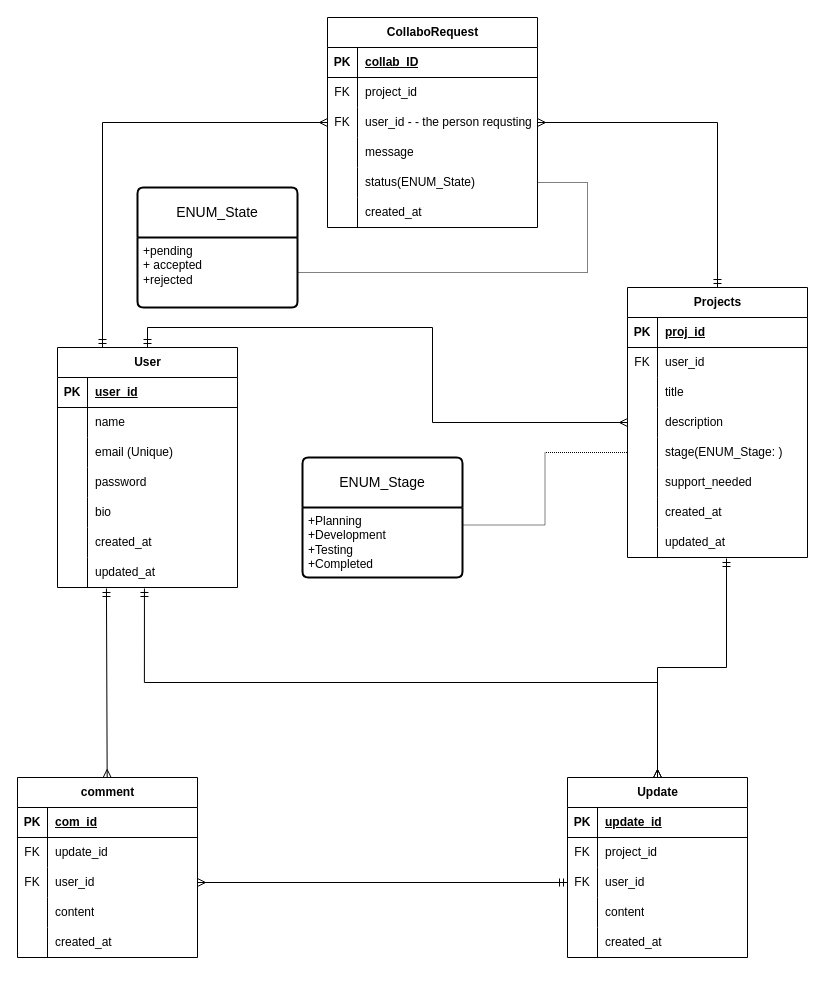
Before: Docs/Untitled Diagram.drawio in Precious0825M/MzansiBuilds-Platform, a draw.io diagram. Source tidied: cells renumbered, new cells numbered last; positions are measured from the earlier drawing's top-left corner, leaving out a move shared by most shapes. Both pictures are drawn from the tidied source at 100%, with x=0, y=0 at pixel (17, 17).
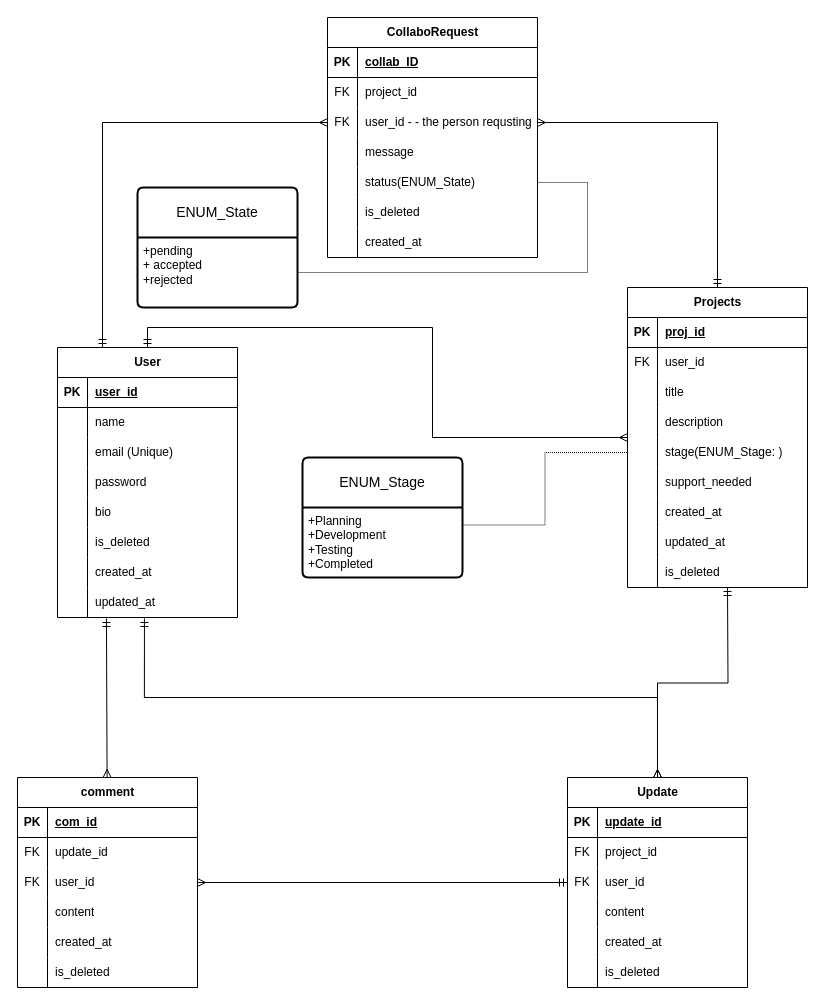
After the change.

Unchanged cells that the change refers to:
```xml
<mxCell id="47" style="shape=tableRow;horizontal=0;startSize=0;swimlaneHead=0;swimlaneBody=0;fillColor=none;points=[[0,0.5],[1,0.5]];portConstraint=eastwest;top=0;left=0;right=0;bottom=0;" parent="25" vertex="1">
  <mxGeometry y="240" width="180" height="30" as="geometry" />
</mxCell>
<mxCell id="84" style="shape=tableRow;horizontal=0;startSize=0;swimlaneHead=0;swimlaneBody=0;fillColor=none;top=0;left=0;right=0;bottom=0;" parent="68" vertex="1">
  <mxGeometry y="180" width="210" height="30" as="geometry" />
</mxCell>
```

What changed in the source:
```diff
@@
     <mxCell id="2" value="User" style="shape=table;startSize=30;childLayout=tableLayout;rowLines=0;fontStyle=1;align=center;html=1;" parent="1" vertex="1">
-      <mxGeometry x="40" y="330" width="180" height="240" as="geometry" />
+      <mxGeometry x="40" y="330" width="180" height="270" as="geometry" />
     </mxCell>
@@
+    <mxCell id="113" style="shape=tableRow;horizontal=0;startSize=0;swimlaneHead=0;swimlaneBody=0;fillColor=none;top=0;left=0;right=0;bottom=0;" parent="2" vertex="1">
+      <mxGeometry y="180" width="180" height="30" as="geometry" />
+    </mxCell>
+    <mxCell id="114" style="shape=partialRectangle;fillColor=none;top=0;left=0;bottom=0;right=0;overflow=hidden;whiteSpace=wrap;html=1;" parent="113" vertex="1">
+      <mxGeometry width="30" height="30" as="geometry" />
+    </mxCell>
+    <mxCell id="115" value="is_deleted" style="shape=partialRectangle;fillColor=none;top=0;left=0;bottom=0;right=0;align=left;spacingLeft=6;overflow=hidden;whiteSpace=wrap;html=1;" parent="113" vertex="1">
+      <mxGeometry x="30" width="150" height="30" as="geometry" />
+    </mxCell>
     <mxCell id="18" style="shape=tableRow;horizontal=0;startSize=0;swimlaneHead=0;swimlaneBody=0;fillColor=none;top=0;left=0;right=0;bottom=0;" parent="2" vertex="1">
-      <mxGeometry y="180" width="180" height="30" as="geometry" />
+      <mxGeometry y="210" width="180" height="30" as="geometry" />
     </mxCell>
@@
     <mxCell id="21" style="shape=tableRow;horizontal=0;startSize=0;swimlaneHead=0;swimlaneBody=0;fillColor=none;points=[[0,0.5],[1,0.5]];portConstraint=eastwest;top=0;left=0;right=0;bottom=0;" parent="2" vertex="1">
-      <mxGeometry y="210" width="180" height="30" as="geometry" />
+      <mxGeometry y="240" width="180" height="30" as="geometry" />
     </mxCell>
@@
     <mxCell id="25" value="Projects" style="shape=table;startSize=30;childLayout=tableLayout;rowLines=0;fontStyle=1;align=center;html=1;" parent="1" vertex="1">
-      <mxGeometry x="610" y="270" width="180" height="270" as="geometry" />
+      <mxGeometry x="610" y="270" width="180" height="300" as="geometry" />
     </mxCell>
@@
+    <mxCell id="116" style="shape=tableRow;horizontal=0;startSize=0;swimlaneHead=0;swimlaneBody=0;fillColor=none;top=0;left=0;right=0;bottom=0;" parent="25" vertex="1">
+      <mxGeometry y="270" width="180" height="30" as="geometry" />
+    </mxCell>
+    <mxCell id="117" style="shape=partialRectangle;fillColor=none;top=0;left=0;bottom=0;right=0;overflow=hidden;whiteSpace=wrap;html=1;" parent="116" vertex="1">
+      <mxGeometry width="30" height="30" as="geometry" />
+    </mxCell>
+    <mxCell id="118" value="is_deleted" style="shape=partialRectangle;fillColor=none;top=0;left=0;bottom=0;right=0;align=left;spacingLeft=6;overflow=hidden;whiteSpace=wrap;html=1;" parent="116" vertex="1">
+      <mxGeometry x="30" width="150" height="30" as="geometry" />
+    </mxCell>
@@
     <mxCell id="52" value="Update" style="shape=table;startSize=30;childLayout=tableLayout;rowLines=0;fontStyle=1;align=center;html=1;" parent="1" vertex="1">
-      <mxGeometry x="550" y="760" width="180" height="180" as="geometry" />
+      <mxGeometry x="550" y="760" width="180" height="210" as="geometry" />
     </mxCell>
@@
+    <mxCell id="119" style="shape=tableRow;horizontal=0;startSize=0;swimlaneHead=0;swimlaneBody=0;fillColor=none;top=0;left=0;right=0;bottom=0;" parent="52" vertex="1">
+      <mxGeometry y="180" width="180" height="30" as="geometry" />
+    </mxCell>
+    <mxCell id="120" style="shape=partialRectangle;fillColor=none;top=0;left=0;bottom=0;right=0;overflow=hidden;whiteSpace=wrap;html=1;" parent="119" vertex="1">
+      <mxGeometry width="30" height="30" as="geometry" />
+    </mxCell>
+    <mxCell id="121" value="is_deleted" style="shape=partialRectangle;fillColor=none;top=0;left=0;bottom=0;right=0;align=left;spacingLeft=6;overflow=hidden;whiteSpace=wrap;html=1;" parent="119" vertex="1">
+      <mxGeometry x="30" width="150" height="30" as="geometry" />
+    </mxCell>
     <mxCell id="68" value="CollaboRequest" style="shape=table;startSize=30;childLayout=tableLayout;rowLines=0;fontStyle=1;align=center;html=1;" parent="1" vertex="1">
-      <mxGeometry x="310" width="210" height="210" as="geometry" />
+      <mxGeometry x="310" width="210" height="240" as="geometry" />
     </mxCell>
@@
-    <mxCell id="86" value="created_at" style="shape=partialRectangle;fillColor=none;top=0;left=0;bottom=0;right=0;align=left;spacingLeft=6;overflow=hidden;whiteSpace=wrap;html=1;" parent="84" vertex="1">
+    <mxCell id="86" value="is_deleted" style="shape=partialRectangle;fillColor=none;top=0;left=0;bottom=0;right=0;align=left;spacingLeft=6;overflow=hidden;whiteSpace=wrap;html=1;" parent="84" vertex="1">
       <mxGeometry x="30" width="180" height="30" as="geometry" />
     </mxCell>
+    <mxCell id="122" style="shape=tableRow;horizontal=0;startSize=0;swimlaneHead=0;swimlaneBody=0;fillColor=none;top=0;left=0;right=0;bottom=0;" parent="68" vertex="1">
+      <mxGeometry y="210" width="210" height="30" as="geometry" />
+    </mxCell>
+    <mxCell id="123" style="shape=partialRectangle;fillColor=none;top=0;left=0;bottom=0;right=0;overflow=hidden;whiteSpace=wrap;html=1;" parent="122" vertex="1">
+      <mxGeometry width="30" height="30" as="geometry" />
+    </mxCell>
+    <mxCell id="124" value="created_at" style="shape=partialRectangle;fillColor=none;top=0;left=0;bottom=0;right=0;align=left;spacingLeft=6;overflow=hidden;whiteSpace=wrap;html=1;" parent="122" vertex="1">
+      <mxGeometry x="30" width="180" height="30" as="geometry" />
+    </mxCell>
@@
-    <mxCell id="88" style="edgeStyle=orthogonalEdgeStyle;rounded=0;jettySize=auto;html=1;entryX=0.55;entryY=1.033;entryDx=0;entryDy=0;entryPerimeter=0;endArrow=ERmandOne;endFill=0;startArrow=ERmany;startFill=0;" parent="1" edge="1" source="52" target="47">
-      <mxGeometry relative="1" as="geometry" />
+    <mxCell id="88" style="edgeStyle=orthogonalEdgeStyle;rounded=0;jettySize=auto;html=1;endArrow=ERmandOne;endFill=0;startArrow=ERmany;startFill=0;" parent="1" edge="1" source="52">
+      <mxGeometry relative="1" as="geometry">
+        <mxPoint x="710" y="570" as="targetPoint" />
+      </mxGeometry>
     </mxCell>
     <mxCell id="89" value="comment" style="shape=table;startSize=30;childLayout=tableLayout;rowLines=0;fontStyle=1;align=center;html=1;" parent="1" vertex="1">
-      <mxGeometry y="760" width="180" height="180" as="geometry" />
+      <mxGeometry y="760" width="180" height="210" as="geometry" />
     </mxCell>
@@
+    <mxCell id="125" style="shape=tableRow;horizontal=0;startSize=0;swimlaneHead=0;swimlaneBody=0;fillColor=none;top=0;left=0;right=0;bottom=0;" parent="89" vertex="1">
+      <mxGeometry y="180" width="180" height="30" as="geometry" />
+    </mxCell>
+    <mxCell id="126" style="shape=partialRectangle;fillColor=none;top=0;left=0;bottom=0;right=0;overflow=hidden;whiteSpace=wrap;html=1;" parent="125" vertex="1">
+      <mxGeometry width="30" height="30" as="geometry" />
+    </mxCell>
+    <mxCell id="127" value="is_deleted" style="shape=partialRectangle;fillColor=none;top=0;left=0;bottom=0;right=0;align=left;spacingLeft=6;overflow=hidden;whiteSpace=wrap;html=1;" parent="125" vertex="1">
+      <mxGeometry x="30" width="150" height="30" as="geometry" />
+    </mxCell>
```
